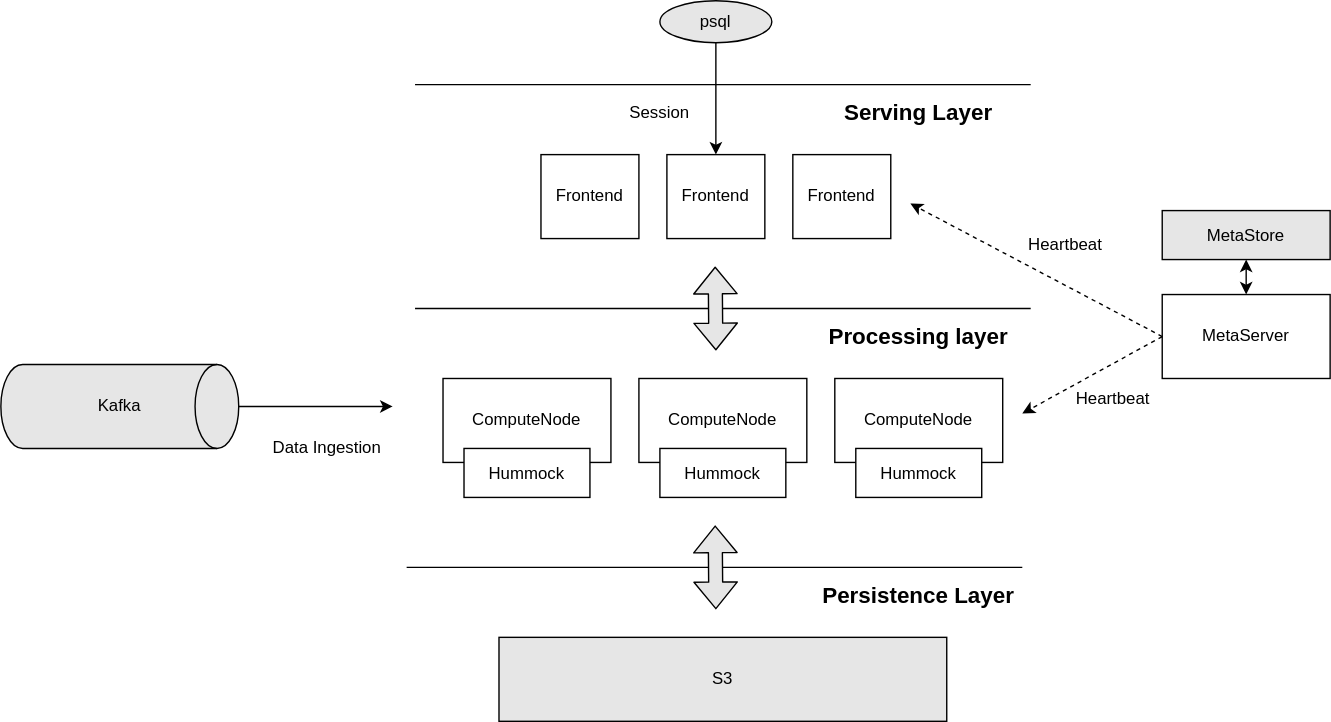
Earlier version of the draw.io export docs/images/streaming-overview/streaming-architecture.svg (piedb-dev/piestream). Source tidied: cells renumbered, new cells last; positions are measured from the earlier drawing's top-left corner, leaving out a move shared by most shapes. The source it was exported from:
```xml
<mxGraphModel>
  <root>
    <mxCell id="0" />
    <mxCell id="1" parent="0" />
    <mxCell id="2" value="Frontend" style="rounded=0;whiteSpace=wrap;html=1;" parent="1" vertex="1">
      <mxGeometry x="386" y="110" width="70" height="60" as="geometry" />
    </mxCell>
    <mxCell id="3" value="Frontend" style="rounded=0;whiteSpace=wrap;html=1;" parent="1" vertex="1">
      <mxGeometry x="476" y="110" width="70" height="60" as="geometry" />
    </mxCell>
    <mxCell id="4" value="Frontend" style="rounded=0;whiteSpace=wrap;html=1;" parent="1" vertex="1">
      <mxGeometry x="566" y="110" width="70" height="60" as="geometry" />
    </mxCell>
    <mxCell id="5" style="endArrow=none;html=1;" parent="1" edge="1">
      <mxGeometry relative="1" as="geometry">
        <mxPoint x="296" y="60" as="sourcePoint" />
        <mxPoint x="736" y="60" as="targetPoint" />
      </mxGeometry>
    </mxCell>
    <mxCell id="6" style="endArrow=none;html=1;" parent="1" edge="1">
      <mxGeometry relative="1" as="geometry">
        <mxPoint x="296" y="220" as="sourcePoint" />
        <mxPoint x="736" y="220" as="targetPoint" />
      </mxGeometry>
    </mxCell>
    <mxCell id="7" value="&lt;font style=&quot;font-size: 16px;&quot;&gt;Serving Layer&lt;/font&gt;" style="text;html=1;strokeColor=none;fillColor=none;align=center;verticalAlign=middle;whiteSpace=wrap;rounded=0;fontStyle=1;" parent="1" vertex="1">
      <mxGeometry x="586" y="50" width="140" height="60" as="geometry" />
    </mxCell>
    <mxCell id="8" value="psql" style="ellipse;whiteSpace=wrap;html=1;fillColor=#E6E6E6;" parent="1" vertex="1">
      <mxGeometry x="471" width="80" height="30" as="geometry" />
    </mxCell>
    <mxCell id="9" style="endArrow=classic;html=1;exitX=0.5;exitY=1;exitDx=0;exitDy=0;entryX=0.5;entryY=0;entryDx=0;entryDy=0;" parent="1" edge="1" source="8" target="3">
      <mxGeometry relative="1" as="geometry" />
    </mxCell>
    <mxCell id="10" value="Session" style="text;html=1;strokeColor=none;fillColor=none;align=center;verticalAlign=middle;whiteSpace=wrap;rounded=0;" parent="1" vertex="1">
      <mxGeometry x="436" y="70" width="70" height="20" as="geometry" />
    </mxCell>
    <mxCell id="11" style="endArrow=none;html=1;" parent="1" edge="1">
      <mxGeometry relative="1" as="geometry">
        <mxPoint x="290" y="405" as="sourcePoint" />
        <mxPoint x="730" y="405" as="targetPoint" />
      </mxGeometry>
    </mxCell>
    <mxCell id="12" value="ComputeNode" style="rounded=0;whiteSpace=wrap;html=1;" parent="1" vertex="1">
      <mxGeometry x="316" y="270" width="120" height="60" as="geometry" />
    </mxCell>
    <mxCell id="13" value="ComputeNode" style="rounded=0;whiteSpace=wrap;html=1;" parent="1" vertex="1">
      <mxGeometry x="456" y="270" width="120" height="60" as="geometry" />
    </mxCell>
    <mxCell id="14" value="ComputeNode" style="rounded=0;whiteSpace=wrap;html=1;" parent="1" vertex="1">
      <mxGeometry x="596" y="270" width="120" height="60" as="geometry" />
    </mxCell>
    <mxCell id="15" value="S3" style="rounded=0;whiteSpace=wrap;html=1;fillColor=#E6E6E6;" parent="1" vertex="1">
      <mxGeometry x="356" y="455" width="320" height="60" as="geometry" />
    </mxCell>
    <mxCell id="16" value="Kafka" style="shape=mxgraph.flowchart.direct_data;whiteSpace=wrap;html=1;fillColor=#E6E6E6;strokeColor=#000000;strokeWidth=1;" parent="1" vertex="1">
      <mxGeometry y="260" width="170" height="60" as="geometry" />
    </mxCell>
    <mxCell id="17" style="endArrow=classic;html=1;exitX=1;exitY=0.5;exitDx=0;exitDy=0;exitPerimeter=0;" parent="1" edge="1" source="16">
      <mxGeometry relative="1" as="geometry">
        <mxPoint x="280" y="290" as="targetPoint" />
      </mxGeometry>
    </mxCell>
    <mxCell id="18" value="Data Ingestion " style="text;html=1;strokeColor=none;fillColor=none;align=center;verticalAlign=middle;whiteSpace=wrap;rounded=0;" parent="1" vertex="1">
      <mxGeometry x="180" y="310" width="110" height="20" as="geometry" />
    </mxCell>
    <mxCell id="19" value="&lt;font style=&quot;font-size: 16px;&quot;&gt;Processing layer&lt;/font&gt;" style="text;html=1;strokeColor=none;fillColor=none;align=center;verticalAlign=middle;whiteSpace=wrap;rounded=0;fontStyle=1;" parent="1" vertex="1">
      <mxGeometry x="586" y="210" width="140" height="60" as="geometry" />
    </mxCell>
    <mxCell id="20" value="&lt;font style=&quot;font-size: 16px;&quot;&gt;Persistence Layer&lt;/font&gt;" style="text;html=1;strokeColor=none;fillColor=none;align=center;verticalAlign=middle;whiteSpace=wrap;rounded=0;fontStyle=1;" parent="1" vertex="1">
      <mxGeometry x="586" y="395" width="140" height="60" as="geometry" />
    </mxCell>
    <mxCell id="21" style="shape=flexArrow;endArrow=classic;startArrow=classic;html=1;fillColor=#E6E6E6;" parent="1" edge="1">
      <mxGeometry relative="1" as="geometry">
        <mxPoint x="511" y="435" as="sourcePoint" />
        <mxPoint x="510.5" y="375" as="targetPoint" />
      </mxGeometry>
    </mxCell>
    <mxCell id="22" style="shape=flexArrow;endArrow=classic;startArrow=classic;html=1;fillColor=#E6E6E6;" parent="1" edge="1">
      <mxGeometry relative="1" as="geometry">
        <mxPoint x="511" y="250" as="sourcePoint" />
        <mxPoint x="510.5" y="190" as="targetPoint" />
      </mxGeometry>
    </mxCell>
    <mxCell id="23" value="MetaServer" style="rounded=0;whiteSpace=wrap;html=1;" parent="1" vertex="1">
      <mxGeometry x="830" y="210" width="120" height="60" as="geometry" />
    </mxCell>
    <mxCell id="24" value="MetaStore" style="rounded=0;whiteSpace=wrap;html=1;fillColor=#E6E6E6;" parent="1" vertex="1">
      <mxGeometry x="830" y="150" width="120" height="35" as="geometry" />
    </mxCell>
    <mxCell id="25" style="endArrow=classic;startArrow=classic;html=1;entryX=0.5;entryY=1;entryDx=0;entryDy=0;exitX=0.5;exitY=0;exitDx=0;exitDy=0;" parent="1" edge="1" source="23" target="24">
      <mxGeometry relative="1" as="geometry" />
    </mxCell>
    <mxCell id="26" style="endArrow=classic;html=1;exitX=0;exitY=0.5;exitDx=0;exitDy=0;dashed=1;" parent="1" edge="1" source="23">
      <mxGeometry relative="1" as="geometry">
        <mxPoint x="730" y="295" as="targetPoint" />
      </mxGeometry>
    </mxCell>
    <mxCell id="27" style="endArrow=classic;html=1;exitX=0;exitY=0.5;exitDx=0;exitDy=0;dashed=1;" parent="1" edge="1" source="23">
      <mxGeometry relative="1" as="geometry">
        <mxPoint x="650" y="145" as="targetPoint" />
      </mxGeometry>
    </mxCell>
    <mxCell id="28" value="Heartbeat" style="text;html=1;strokeColor=none;fillColor=none;align=center;verticalAlign=middle;whiteSpace=wrap;rounded=0;" parent="1" vertex="1">
      <mxGeometry x="726" y="165" width="70" height="20" as="geometry" />
    </mxCell>
    <mxCell id="29" value="Heartbeat" style="text;html=1;strokeColor=none;fillColor=none;align=center;verticalAlign=middle;whiteSpace=wrap;rounded=0;" parent="1" vertex="1">
      <mxGeometry x="760" y="275" width="70" height="20" as="geometry" />
    </mxCell>
    <mxCell id="30" value="Hummock" style="rounded=0;whiteSpace=wrap;html=1;" parent="1" vertex="1">
      <mxGeometry x="331" y="320" width="90" height="35" as="geometry" />
    </mxCell>
    <mxCell id="31" value="Hummock" style="rounded=0;whiteSpace=wrap;html=1;" parent="1" vertex="1">
      <mxGeometry x="471" y="320" width="90" height="35" as="geometry" />
    </mxCell>
    <mxCell id="32" value="Hummock" style="rounded=0;whiteSpace=wrap;html=1;" parent="1" vertex="1">
      <mxGeometry x="611" y="320" width="90" height="35" as="geometry" />
    </mxCell>
  </root>
</mxGraphModel>
```
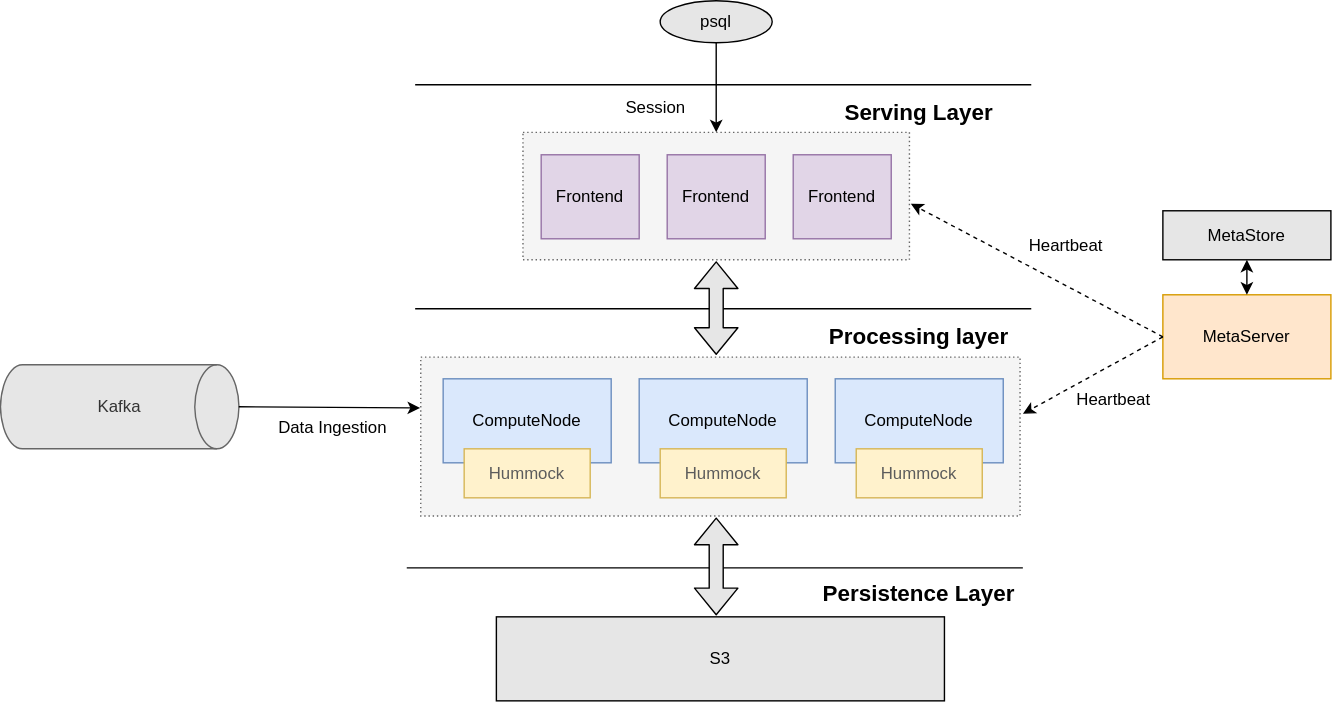
Above is the later version.

Change to the diagram source:
```diff
@@ -2,13 +2,19 @@
   <root>
     <mxCell id="0" />
     <mxCell id="1" parent="0" />
+    <mxCell id="33" style="rounded=0;whiteSpace=wrap;html=1;fontColor=#333333;fillColor=#f5f5f5;dashed=1;strokeColor=#666666;dashPattern=1 2;" parent="1" vertex="1">
+      <mxGeometry x="300" y="254.5" width="428" height="113.5" as="geometry" />
+    </mxCell>
+    <mxCell id="34" style="rounded=0;whiteSpace=wrap;html=1;fontColor=#333333;fillColor=#f5f5f5;dashed=1;strokeColor=#666666;dashPattern=1 2;" parent="1" vertex="1">
+      <mxGeometry x="373" y="94" width="276" height="91" as="geometry" />
+    </mxCell>
-    <mxCell id="2" value="Frontend" style="rounded=0;whiteSpace=wrap;html=1;" parent="1" vertex="1">
+    <mxCell id="2" value="Frontend" style="rounded=0;whiteSpace=wrap;html=1;fillColor=#e1d5e7;strokeColor=#9673a6;" parent="1" vertex="1">
       <mxGeometry x="386" y="110" width="70" height="60" as="geometry" />
     </mxCell>
-    <mxCell id="3" value="Frontend" style="rounded=0;whiteSpace=wrap;html=1;" parent="1" vertex="1">
+    <mxCell id="3" value="Frontend" style="rounded=0;whiteSpace=wrap;html=1;fillColor=#e1d5e7;strokeColor=#9673a6;" parent="1" vertex="1">
       <mxGeometry x="476" y="110" width="70" height="60" as="geometry" />
     </mxCell>
-    <mxCell id="4" value="Frontend" style="rounded=0;whiteSpace=wrap;html=1;" parent="1" vertex="1">
+    <mxCell id="4" value="Frontend" style="rounded=0;whiteSpace=wrap;html=1;fillColor=#e1d5e7;strokeColor=#9673a6;" parent="1" vertex="1">
       <mxGeometry x="566" y="110" width="70" height="60" as="geometry" />
     </mxCell>
     <mxCell id="5" style="endArrow=none;html=1;" parent="1" edge="1">
@@ -29,11 +35,11 @@
     <mxCell id="8" value="psql" style="ellipse;whiteSpace=wrap;html=1;fillColor=#E6E6E6;" parent="1" vertex="1">
       <mxGeometry x="471" width="80" height="30" as="geometry" />
     </mxCell>
-    <mxCell id="9" style="endArrow=classic;html=1;exitX=0.5;exitY=1;exitDx=0;exitDy=0;entryX=0.5;entryY=0;entryDx=0;entryDy=0;" parent="1" edge="1" source="8" target="3">
+    <mxCell id="9" style="endArrow=classic;html=1;exitX=0.5;exitY=1;exitDx=0;exitDy=0;entryX=0.5;entryY=0;entryDx=0;entryDy=0;" parent="1" edge="1" source="8" target="34">
       <mxGeometry relative="1" as="geometry" />
     </mxCell>
     <mxCell id="10" value="Session" style="text;html=1;strokeColor=none;fillColor=none;align=center;verticalAlign=middle;whiteSpace=wrap;rounded=0;" parent="1" vertex="1">
-      <mxGeometry x="436" y="70" width="70" height="20" as="geometry" />
+      <mxGeometry x="433" y="67" width="70" height="20" as="geometry" />
     </mxCell>
     <mxCell id="11" style="endArrow=none;html=1;" parent="1" edge="1">
       <mxGeometry relative="1" as="geometry">
@@ -41,48 +47,46 @@
         <mxPoint x="730" y="405" as="targetPoint" />
       </mxGeometry>
     </mxCell>
-    <mxCell id="12" value="ComputeNode" style="rounded=0;whiteSpace=wrap;html=1;" parent="1" vertex="1">
+    <mxCell id="12" value="ComputeNode" style="rounded=0;whiteSpace=wrap;html=1;fillColor=#dae8fc;strokeColor=#6c8ebf;" parent="1" vertex="1">
       <mxGeometry x="316" y="270" width="120" height="60" as="geometry" />
     </mxCell>
-    <mxCell id="13" value="ComputeNode" style="rounded=0;whiteSpace=wrap;html=1;" parent="1" vertex="1">
+    <mxCell id="13" value="ComputeNode" style="rounded=0;whiteSpace=wrap;html=1;fillColor=#dae8fc;strokeColor=#6c8ebf;" parent="1" vertex="1">
       <mxGeometry x="456" y="270" width="120" height="60" as="geometry" />
     </mxCell>
-    <mxCell id="14" value="ComputeNode" style="rounded=0;whiteSpace=wrap;html=1;" parent="1" vertex="1">
+    <mxCell id="14" value="ComputeNode" style="rounded=0;whiteSpace=wrap;html=1;fillColor=#dae8fc;strokeColor=#6c8ebf;" parent="1" vertex="1">
       <mxGeometry x="596" y="270" width="120" height="60" as="geometry" />
     </mxCell>
     <mxCell id="15" value="S3" style="rounded=0;whiteSpace=wrap;html=1;fillColor=#E6E6E6;" parent="1" vertex="1">
-      <mxGeometry x="356" y="455" width="320" height="60" as="geometry" />
+      <mxGeometry x="354" y="440" width="320" height="60" as="geometry" />
     </mxCell>
-    <mxCell id="16" value="Kafka" style="shape=mxgraph.flowchart.direct_data;whiteSpace=wrap;html=1;fillColor=#E6E6E6;strokeColor=#000000;strokeWidth=1;" parent="1" vertex="1">
+    <mxCell id="16" value="Kafka" style="shape=mxgraph.flowchart.direct_data;whiteSpace=wrap;html=1;fillColor=#e6e6e6;strokeColor=#666666;strokeWidth=1;fontColor=#333333;" parent="1" vertex="1">
       <mxGeometry y="260" width="170" height="60" as="geometry" />
     </mxCell>
-    <mxCell id="17" style="endArrow=classic;html=1;exitX=1;exitY=0.5;exitDx=0;exitDy=0;exitPerimeter=0;" parent="1" edge="1" source="16">
-      <mxGeometry relative="1" as="geometry">
-        <mxPoint x="280" y="290" as="targetPoint" />
-      </mxGeometry>
+    <mxCell id="17" style="endArrow=classic;html=1;exitX=1;exitY=0.5;exitDx=0;exitDy=0;exitPerimeter=0;entryX=-0.001;entryY=0.32;entryDx=0;entryDy=0;entryPerimeter=0;" parent="1" edge="1" source="16" target="33">
+      <mxGeometry relative="1" as="geometry" />
     </mxCell>
     <mxCell id="18" value="Data Ingestion " style="text;html=1;strokeColor=none;fillColor=none;align=center;verticalAlign=middle;whiteSpace=wrap;rounded=0;" parent="1" vertex="1">
-      <mxGeometry x="180" y="310" width="110" height="20" as="geometry" />
+      <mxGeometry x="184" y="295" width="110" height="20" as="geometry" />
     </mxCell>
     <mxCell id="19" value="&lt;font style=&quot;font-size: 16px;&quot;&gt;Processing layer&lt;/font&gt;" style="text;html=1;strokeColor=none;fillColor=none;align=center;verticalAlign=middle;whiteSpace=wrap;rounded=0;fontStyle=1;" parent="1" vertex="1">
       <mxGeometry x="586" y="210" width="140" height="60" as="geometry" />
     </mxCell>
     <mxCell id="20" value="&lt;font style=&quot;font-size: 16px;&quot;&gt;Persistence Layer&lt;/font&gt;" style="text;html=1;strokeColor=none;fillColor=none;align=center;verticalAlign=middle;whiteSpace=wrap;rounded=0;fontStyle=1;" parent="1" vertex="1">
-      <mxGeometry x="586" y="395" width="140" height="60" as="geometry" />
+      <mxGeometry x="586" y="393" width="140" height="60" as="geometry" />
     </mxCell>
     <mxCell id="21" style="shape=flexArrow;endArrow=classic;startArrow=classic;html=1;fillColor=#E6E6E6;" parent="1" edge="1">
       <mxGeometry relative="1" as="geometry">
-        <mxPoint x="511" y="435" as="sourcePoint" />
-        <mxPoint x="510.5" y="375" as="targetPoint" />
+        <mxPoint x="511" y="439" as="sourcePoint" />
+        <mxPoint x="511" y="369" as="targetPoint" />
       </mxGeometry>
     </mxCell>
     <mxCell id="22" style="shape=flexArrow;endArrow=classic;startArrow=classic;html=1;fillColor=#E6E6E6;" parent="1" edge="1">
       <mxGeometry relative="1" as="geometry">
-        <mxPoint x="511" y="250" as="sourcePoint" />
-        <mxPoint x="510.5" y="190" as="targetPoint" />
+        <mxPoint x="511" y="253" as="sourcePoint" />
+        <mxPoint x="511" y="186" as="targetPoint" />
       </mxGeometry>
     </mxCell>
-    <mxCell id="23" value="MetaServer" style="rounded=0;whiteSpace=wrap;html=1;" parent="1" vertex="1">
+    <mxCell id="23" value="MetaServer" style="rounded=0;whiteSpace=wrap;html=1;fillColor=#ffe6cc;strokeColor=#d79b00;" parent="1" vertex="1">
       <mxGeometry x="830" y="210" width="120" height="60" as="geometry" />
     </mxCell>
     <mxCell id="24" value="MetaStore" style="rounded=0;whiteSpace=wrap;html=1;fillColor=#E6E6E6;" parent="1" vertex="1">
@@ -107,13 +111,13 @@
     <mxCell id="29" value="Heartbeat" style="text;html=1;strokeColor=none;fillColor=none;align=center;verticalAlign=middle;whiteSpace=wrap;rounded=0;" parent="1" vertex="1">
       <mxGeometry x="760" y="275" width="70" height="20" as="geometry" />
     </mxCell>
-    <mxCell id="30" value="Hummock" style="rounded=0;whiteSpace=wrap;html=1;" parent="1" vertex="1">
+    <mxCell id="30" value="&lt;font color=&quot;#5c5c5c&quot;&gt;Hummock&lt;/font&gt;" style="rounded=0;whiteSpace=wrap;html=1;fillColor=#fff2cc;strokeColor=#d6b656;" parent="1" vertex="1">
       <mxGeometry x="331" y="320" width="90" height="35" as="geometry" />
     </mxCell>
-    <mxCell id="31" value="Hummock" style="rounded=0;whiteSpace=wrap;html=1;" parent="1" vertex="1">
+    <mxCell id="31" value="&lt;font color=&quot;#5c5c5c&quot;&gt;Hummock&lt;/font&gt;" style="rounded=0;whiteSpace=wrap;html=1;fillColor=#fff2cc;strokeColor=#d6b656;" parent="1" vertex="1">
       <mxGeometry x="471" y="320" width="90" height="35" as="geometry" />
     </mxCell>
-    <mxCell id="32" value="Hummock" style="rounded=0;whiteSpace=wrap;html=1;" parent="1" vertex="1">
+    <mxCell id="32" value="&lt;font color=&quot;#5c5c5c&quot;&gt;Hummock&lt;/font&gt;" style="rounded=0;whiteSpace=wrap;html=1;fillColor=#fff2cc;strokeColor=#d6b656;" parent="1" vertex="1">
       <mxGeometry x="611" y="320" width="90" height="35" as="geometry" />
     </mxCell>
   </root>
```
